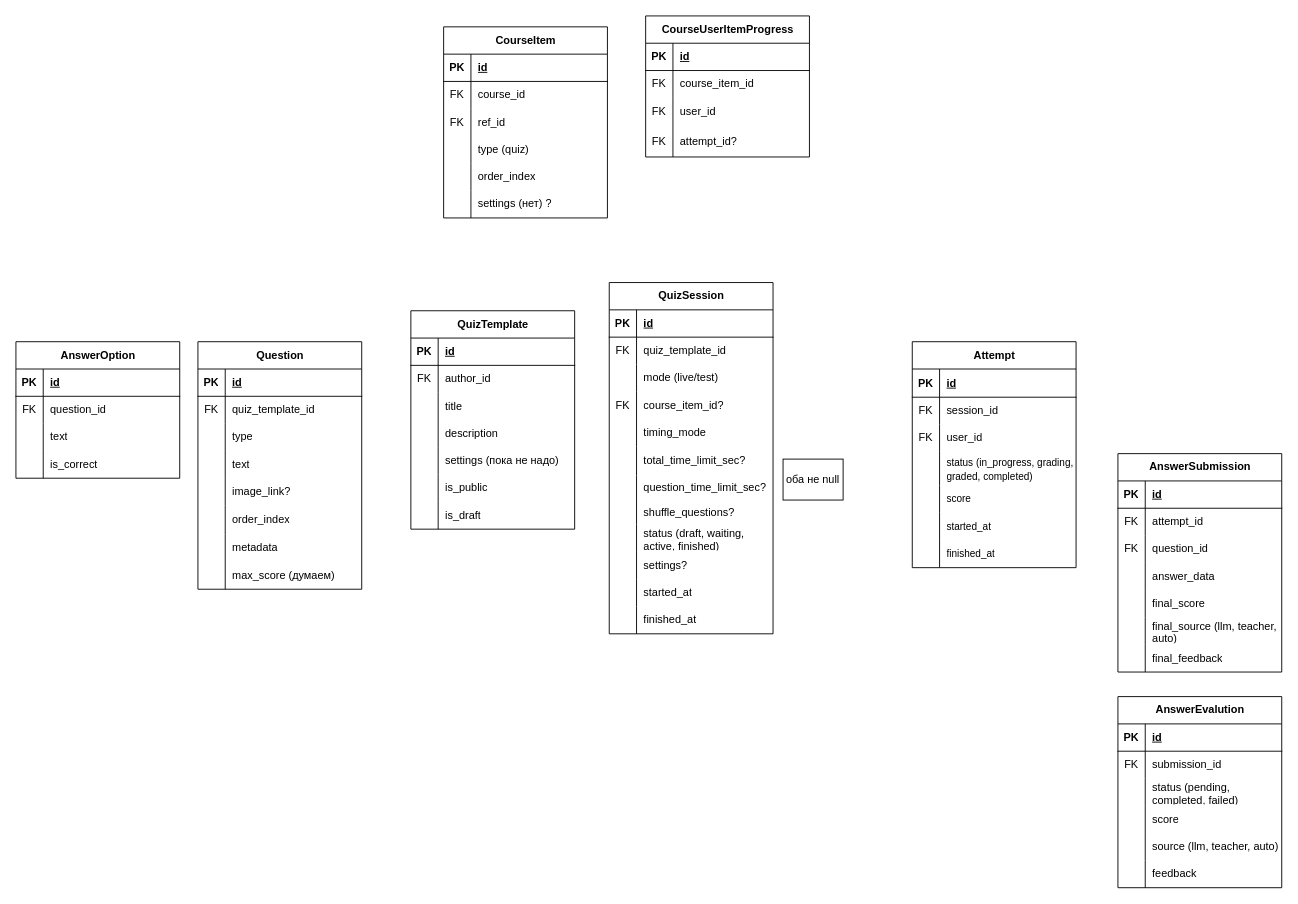
Before: riddler/Riddler.drawio in OlympGuideTeam/edium-backend, a draw.io diagram. Source tidied: cells renumbered, new cells numbered last; positions are measured from the earlier drawing's top-left corner, leaving out a move shared by most shapes. Both pictures are drawn from the tidied source at 91%, with x=0, y=0 at pixel (15, 15).
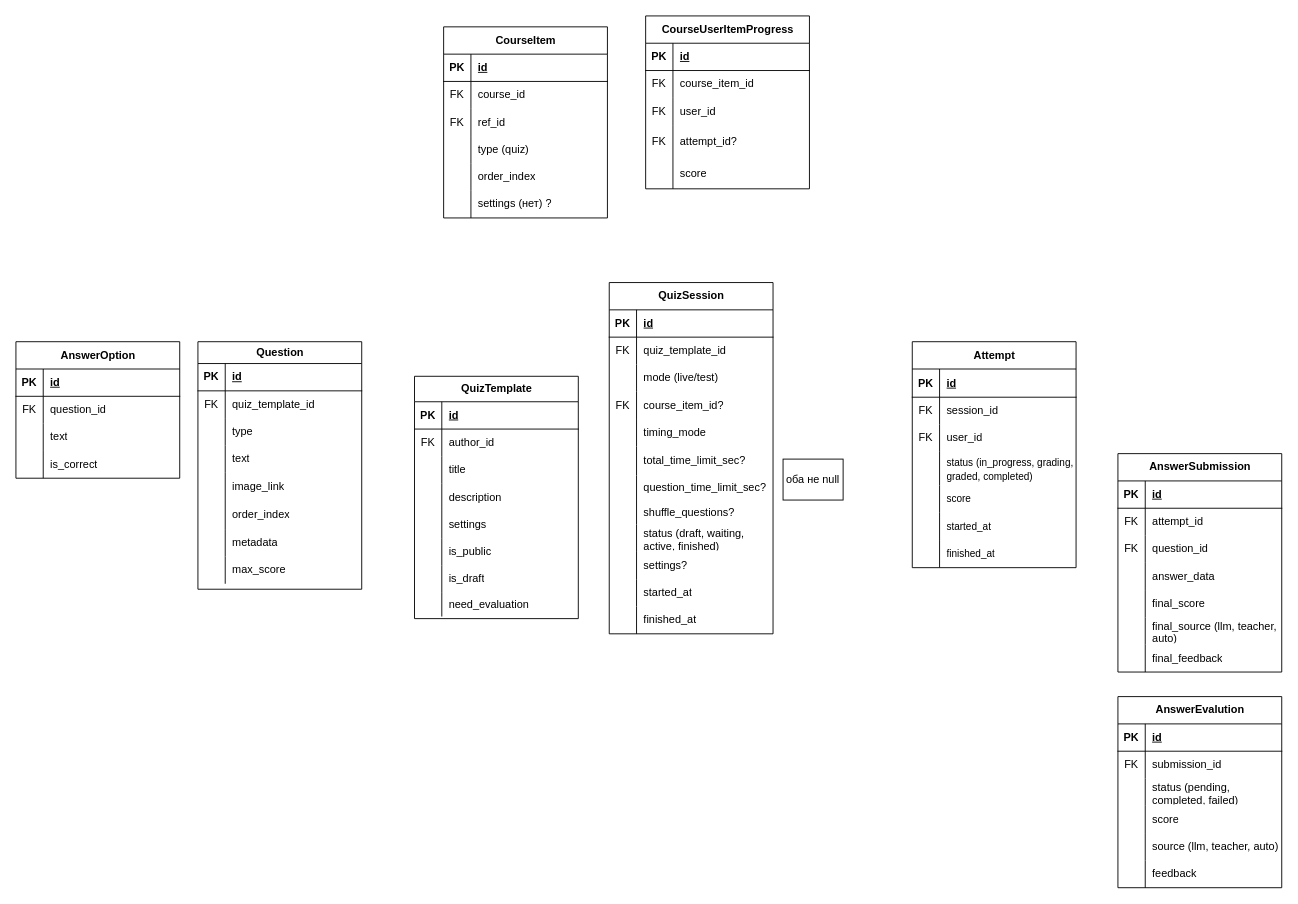
After the change.

Change to the diagram source:
```diff
@@
     <mxCell id="21" value="CourseUserItemProgress" style="shape=table;startSize=30;childLayout=tableLayout;rowLines=0;fontStyle=1;align=center;html=1;" parent="1" vertex="1">
-      <mxGeometry x="692" width="180" height="155" as="geometry" />
+      <mxGeometry x="692" width="180" height="190" as="geometry" />
     </mxCell>
@@
+    <mxCell id="195" style="shape=tableRow;horizontal=0;startSize=0;swimlaneHead=0;swimlaneBody=0;fillColor=none;top=0;left=0;right=0;bottom=0;" parent="21" vertex="1">
+      <mxGeometry y="155" width="180" height="35" as="geometry" />
+    </mxCell>
+    <mxCell id="196" style="shape=partialRectangle;fillColor=none;top=0;left=0;bottom=0;right=0;overflow=hidden;whiteSpace=wrap;html=1;" parent="195" vertex="1">
+      <mxGeometry width="30" height="35" as="geometry" />
+    </mxCell>
+    <mxCell id="197" value="score" style="shape=partialRectangle;fillColor=none;top=0;left=0;bottom=0;right=0;align=left;spacingLeft=6;overflow=hidden;whiteSpace=wrap;html=1;" parent="195" vertex="1">
+      <mxGeometry x="30" width="150" height="35" as="geometry" />
+    </mxCell>
@@
-    <mxCell id="47" value="Question" style="shape=table;startSize=30;childLayout=tableLayout;rowLines=0;fontStyle=1;align=center;html=1;" parent="1" vertex="1">
+    <mxCell id="47" value="Question" style="shape=table;startSize=24;childLayout=tableLayout;rowLines=0;fontStyle=1;align=center;html=1;" parent="1" vertex="1">
       <mxGeometry x="200" y="358" width="180" height="272" as="geometry" />
     </mxCell>
     <mxCell id="48" style="shape=tableRow;horizontal=0;startSize=0;swimlaneHead=0;swimlaneBody=0;fillColor=none;top=0;left=0;right=0;bottom=1;" parent="47" vertex="1">
-      <mxGeometry y="30" width="180" height="30" as="geometry" />
+      <mxGeometry y="24" width="180" height="30" as="geometry" />
     </mxCell>
@@
     <mxCell id="51" style="shape=tableRow;horizontal=0;startSize=0;swimlaneHead=0;swimlaneBody=0;fillColor=none;top=0;left=0;right=0;bottom=0;" parent="47" vertex="1">
-      <mxGeometry y="60" width="180" height="30" as="geometry" />
+      <mxGeometry y="54" width="180" height="30" as="geometry" />
     </mxCell>
@@
     <mxCell id="54" style="shape=tableRow;horizontal=0;startSize=0;swimlaneHead=0;swimlaneBody=0;fillColor=none;top=0;left=0;right=0;bottom=0;" parent="47" vertex="1">
-      <mxGeometry y="90" width="180" height="30" as="geometry" />
+      <mxGeometry y="84" width="180" height="30" as="geometry" />
     </mxCell>
@@
     <mxCell id="57" style="shape=tableRow;horizontal=0;startSize=0;swimlaneHead=0;swimlaneBody=0;fillColor=none;top=0;left=0;right=0;bottom=0;" parent="47" vertex="1">
-      <mxGeometry y="120" width="180" height="30" as="geometry" />
+      <mxGeometry y="114" width="180" height="30" as="geometry" />
     </mxCell>
@@
     <mxCell id="60" style="shape=tableRow;horizontal=0;startSize=0;swimlaneHead=0;swimlaneBody=0;fillColor=none;top=0;left=0;right=0;bottom=0;" parent="47" vertex="1">
-      <mxGeometry y="150" width="180" height="30" as="geometry" />
+      <mxGeometry y="144" width="180" height="30" as="geometry" />
     </mxCell>
@@
-    <mxCell id="62" value="image_link?" style="shape=partialRectangle;fillColor=none;top=0;left=0;bottom=0;right=0;align=left;spacingLeft=6;overflow=hidden;whiteSpace=wrap;html=1;" parent="60" vertex="1">
+    <mxCell id="62" value="image_link" style="shape=partialRectangle;fillColor=none;top=0;left=0;bottom=0;right=0;align=left;spacingLeft=6;overflow=hidden;whiteSpace=wrap;html=1;" parent="60" vertex="1">
       <mxGeometry x="30" width="150" height="30" as="geometry" />
     </mxCell>
     <mxCell id="63" style="shape=tableRow;horizontal=0;startSize=0;swimlaneHead=0;swimlaneBody=0;fillColor=none;top=0;left=0;right=0;bottom=0;" parent="47" vertex="1">
-      <mxGeometry y="180" width="180" height="32" as="geometry" />
+      <mxGeometry y="174" width="180" height="32" as="geometry" />
     </mxCell>
@@
     <mxCell id="66" style="shape=tableRow;horizontal=0;startSize=0;swimlaneHead=0;swimlaneBody=0;fillColor=none;top=0;left=0;right=0;bottom=0;" parent="47" vertex="1">
-      <mxGeometry y="212" width="180" height="30" as="geometry" />
+      <mxGeometry y="206" width="180" height="30" as="geometry" />
     </mxCell>
@@
     <mxCell id="69" style="shape=tableRow;horizontal=0;startSize=0;swimlaneHead=0;swimlaneBody=0;fillColor=none;top=0;left=0;right=0;bottom=0;" parent="47" vertex="1">
-      <mxGeometry y="242" width="180" height="30" as="geometry" />
+      <mxGeometry y="236" width="180" height="30" as="geometry" />
     </mxCell>
@@
-    <mxCell id="71" value="max_score (думаем)" style="shape=partialRectangle;fillColor=none;top=0;left=0;bottom=0;right=0;align=left;spacingLeft=6;overflow=hidden;whiteSpace=wrap;html=1;" parent="69" vertex="1">
+    <mxCell id="71" value="max_score" style="shape=partialRectangle;fillColor=none;top=0;left=0;bottom=0;right=0;align=left;spacingLeft=6;overflow=hidden;whiteSpace=wrap;html=1;" parent="69" vertex="1">
       <mxGeometry x="30" width="150" height="30" as="geometry" />
     </mxCell>
@@
-    <mxCell id="173" value="QuizTemplate" style="shape=table;startSize=30;childLayout=tableLayout;rowLines=0;fontStyle=1;align=center;html=1;" parent="1" vertex="1">
-      <mxGeometry x="434" y="324" width="180" height="240" as="geometry" />
+    <mxCell id="173" value="QuizTemplate" style="shape=table;startSize=28;childLayout=tableLayout;rowLines=0;fontStyle=1;align=center;html=1;" parent="1" vertex="1">
+      <mxGeometry x="438" y="396" width="180" height="266.3" as="geometry" />
     </mxCell>
-    <mxCell id="174" style="shape=tableRow;horizontal=0;startSize=0;swimlaneHead=0;swimlaneBody=0;fillColor=none;top=0;left=0;right=0;bottom=1;" parent="173" vertex="1">
-      <mxGeometry y="30" width="180" height="30" as="geometry" />
-    </mxCell>
+    <mxCell id="198" style="shape=tableRow;horizontal=0;startSize=0;swimlaneHead=0;swimlaneBody=0;fillColor=none;top=0;left=0;right=0;bottom=1;" parent="173" vertex="1">
+      <mxGeometry y="28" width="180" height="30" as="geometry" />
+    </mxCell>
-    <mxCell id="175" value="PK" style="shape=partialRectangle;fillColor=none;top=0;left=0;bottom=0;right=0;fontStyle=1;overflow=hidden;whiteSpace=wrap;html=1;" parent="174" vertex="1">
+    <mxCell id="175" value="PK" style="shape=partialRectangle;fillColor=none;top=0;left=0;bottom=0;right=0;fontStyle=1;overflow=hidden;whiteSpace=wrap;html=1;" parent="198" vertex="1">
       <mxGeometry width="30" height="30" as="geometry" />
     </mxCell>
-    <mxCell id="176" value="id" style="shape=partialRectangle;fillColor=none;top=0;left=0;bottom=0;right=0;align=left;spacingLeft=6;fontStyle=5;overflow=hidden;whiteSpace=wrap;html=1;" parent="174" vertex="1">
+    <mxCell id="176" value="id" style="shape=partialRectangle;fillColor=none;top=0;left=0;bottom=0;right=0;align=left;spacingLeft=6;fontStyle=5;overflow=hidden;whiteSpace=wrap;html=1;" parent="198" vertex="1">
       <mxGeometry x="30" width="150" height="30" as="geometry" />
     </mxCell>
-    <mxCell id="177" style="shape=tableRow;horizontal=0;startSize=0;swimlaneHead=0;swimlaneBody=0;fillColor=none;top=0;left=0;right=0;bottom=0;" parent="173" vertex="1">
-      <mxGeometry y="60" width="180" height="30" as="geometry" />
-    </mxCell>
+    <mxCell id="199" style="shape=tableRow;horizontal=0;startSize=0;swimlaneHead=0;swimlaneBody=0;fillColor=none;top=0;left=0;right=0;bottom=0;" parent="173" vertex="1">
+      <mxGeometry y="58" width="180" height="30" as="geometry" />
+    </mxCell>
-    <mxCell id="178" value="FK" style="shape=partialRectangle;fillColor=none;top=0;left=0;bottom=0;right=0;overflow=hidden;whiteSpace=wrap;html=1;" parent="177" vertex="1">
+    <mxCell id="178" value="FK" style="shape=partialRectangle;fillColor=none;top=0;left=0;bottom=0;right=0;overflow=hidden;whiteSpace=wrap;html=1;" parent="199" vertex="1">
       <mxGeometry width="30" height="30" as="geometry" />
     </mxCell>
-    <mxCell id="179" value="author_id" style="shape=partialRectangle;fillColor=none;top=0;left=0;bottom=0;right=0;align=left;spacingLeft=6;overflow=hidden;whiteSpace=wrap;html=1;" parent="177" vertex="1">
+    <mxCell id="179" value="author_id" style="shape=partialRectangle;fillColor=none;top=0;left=0;bottom=0;right=0;align=left;spacingLeft=6;overflow=hidden;whiteSpace=wrap;html=1;" parent="199" vertex="1">
       <mxGeometry x="30" width="150" height="30" as="geometry" />
     </mxCell>
-    <mxCell id="180" style="shape=tableRow;horizontal=0;startSize=0;swimlaneHead=0;swimlaneBody=0;fillColor=none;top=0;left=0;right=0;bottom=0;" parent="173" vertex="1">
-      <mxGeometry y="90" width="180" height="30" as="geometry" />
-    </mxCell>
-    <mxCell id="181" style="shape=partialRectangle;fillColor=none;top=0;left=0;bottom=0;right=0;overflow=hidden;whiteSpace=wrap;html=1;" parent="180" vertex="1">
-      <mxGeometry width="30" height="30" as="geometry" />
-    </mxCell>
+    <mxCell id="200" style="shape=tableRow;horizontal=0;startSize=0;swimlaneHead=0;swimlaneBody=0;fillColor=none;top=0;left=0;right=0;bottom=0;" parent="173" vertex="1">
+      <mxGeometry y="88" width="180" height="30" as="geometry" />
+    </mxCell>
+    <mxCell id="201" style="shape=partialRectangle;fillColor=none;top=0;left=0;bottom=0;right=0;overflow=hidden;whiteSpace=wrap;html=1;" parent="200" vertex="1">
+      <mxGeometry width="30" height="30" as="geometry" />
+    </mxCell>
-    <mxCell id="182" value="title" style="shape=partialRectangle;fillColor=none;top=0;left=0;bottom=0;right=0;align=left;spacingLeft=6;overflow=hidden;whiteSpace=wrap;html=1;" parent="180" vertex="1">
+    <mxCell id="182" value="title" style="shape=partialRectangle;fillColor=none;top=0;left=0;bottom=0;right=0;align=left;spacingLeft=6;overflow=hidden;whiteSpace=wrap;html=1;" parent="200" vertex="1">
       <mxGeometry x="30" width="150" height="30" as="geometry" />
     </mxCell>
-    <mxCell id="183" style="shape=tableRow;horizontal=0;startSize=0;swimlaneHead=0;swimlaneBody=0;fillColor=none;top=0;left=0;right=0;bottom=0;" parent="173" vertex="1">
-      <mxGeometry y="120" width="180" height="30" as="geometry" />
-    </mxCell>
-    <mxCell id="184" style="shape=partialRectangle;fillColor=none;top=0;left=0;bottom=0;right=0;overflow=hidden;whiteSpace=wrap;html=1;" parent="183" vertex="1">
-      <mxGeometry width="30" height="30" as="geometry" />
-    </mxCell>
+    <mxCell id="202" style="shape=tableRow;horizontal=0;startSize=0;swimlaneHead=0;swimlaneBody=0;fillColor=none;top=0;left=0;right=0;bottom=0;" parent="173" vertex="1">
+      <mxGeometry y="118" width="180" height="30" as="geometry" />
+    </mxCell>
+    <mxCell id="203" style="shape=partialRectangle;fillColor=none;top=0;left=0;bottom=0;right=0;overflow=hidden;whiteSpace=wrap;html=1;" parent="202" vertex="1">
+      <mxGeometry width="30" height="30" as="geometry" />
+    </mxCell>
-    <mxCell id="185" value="description" style="shape=partialRectangle;fillColor=none;top=0;left=0;bottom=0;right=0;align=left;spacingLeft=6;overflow=hidden;whiteSpace=wrap;html=1;" parent="183" vertex="1">
+    <mxCell id="185" value="description" style="shape=partialRectangle;fillColor=none;top=0;left=0;bottom=0;right=0;align=left;spacingLeft=6;overflow=hidden;whiteSpace=wrap;html=1;" parent="202" vertex="1">
       <mxGeometry x="30" width="150" height="30" as="geometry" />
     </mxCell>
-    <mxCell id="186" style="shape=tableRow;horizontal=0;startSize=0;swimlaneHead=0;swimlaneBody=0;fillColor=none;top=0;left=0;right=0;bottom=0;" parent="173" vertex="1">
-      <mxGeometry y="150" width="180" height="30" as="geometry" />
-    </mxCell>
-    <mxCell id="187" style="shape=partialRectangle;fillColor=none;top=0;left=0;bottom=0;right=0;overflow=hidden;whiteSpace=wrap;html=1;" parent="186" vertex="1">
-      <mxGeometry width="30" height="30" as="geometry" />
-    </mxCell>
-    <mxCell id="188" value="settings (пока не надо)" style="shape=partialRectangle;fillColor=none;top=0;left=0;bottom=0;right=0;align=left;spacingLeft=6;overflow=hidden;whiteSpace=wrap;html=1;" parent="186" vertex="1">
-      <mxGeometry x="30" width="150" height="30" as="geometry" />
-    </mxCell>
-    <mxCell id="189" style="shape=tableRow;horizontal=0;startSize=0;swimlaneHead=0;swimlaneBody=0;fillColor=none;top=0;left=0;right=0;bottom=0;" parent="173" vertex="1">
-      <mxGeometry y="180" width="180" height="30" as="geometry" />
-    </mxCell>
-    <mxCell id="190" style="shape=partialRectangle;fillColor=none;top=0;left=0;bottom=0;right=0;overflow=hidden;whiteSpace=wrap;html=1;" parent="189" vertex="1">
-      <mxGeometry width="30" height="30" as="geometry" />
-    </mxCell>
+    <mxCell id="204" style="shape=tableRow;horizontal=0;startSize=0;swimlaneHead=0;swimlaneBody=0;fillColor=none;top=0;left=0;right=0;bottom=0;" parent="173" vertex="1">
+      <mxGeometry y="148" width="180" height="30" as="geometry" />
+    </mxCell>
+    <mxCell id="205" style="shape=partialRectangle;fillColor=none;top=0;left=0;bottom=0;right=0;overflow=hidden;whiteSpace=wrap;html=1;" parent="204" vertex="1">
+      <mxGeometry width="30" height="30" as="geometry" />
+    </mxCell>
+    <mxCell id="206" value="&lt;div&gt;&lt;span style=&quot;background-color: transparent; color: light-dark(rgb(0, 0, 0), rgb(255, 255, 255));&quot;&gt;settings&lt;/span&gt;&lt;/div&gt;" style="shape=partialRectangle;fillColor=none;top=0;left=0;bottom=0;right=0;align=left;spacingLeft=6;overflow=hidden;whiteSpace=wrap;html=1;" parent="204" vertex="1">
+      <mxGeometry x="30" width="150" height="30" as="geometry" />
+    </mxCell>
+    <mxCell id="207" style="shape=tableRow;horizontal=0;startSize=0;swimlaneHead=0;swimlaneBody=0;fillColor=none;top=0;left=0;right=0;bottom=0;" parent="173" vertex="1">
+      <mxGeometry y="178" width="180" height="30" as="geometry" />
+    </mxCell>
+    <mxCell id="208" style="shape=partialRectangle;fillColor=none;top=0;left=0;bottom=0;right=0;overflow=hidden;whiteSpace=wrap;html=1;" parent="207" vertex="1">
+      <mxGeometry width="30" height="30" as="geometry" />
+    </mxCell>
-    <mxCell id="191" value="is_public" style="shape=partialRectangle;fillColor=none;top=0;left=0;bottom=0;right=0;align=left;spacingLeft=6;overflow=hidden;whiteSpace=wrap;html=1;" parent="189" vertex="1">
+    <mxCell id="191" value="is_public" style="shape=partialRectangle;fillColor=none;top=0;left=0;bottom=0;right=0;align=left;spacingLeft=6;overflow=hidden;whiteSpace=wrap;html=1;" parent="207" vertex="1">
       <mxGeometry x="30" width="150" height="30" as="geometry" />
     </mxCell>
-    <mxCell id="192" style="shape=tableRow;horizontal=0;startSize=0;swimlaneHead=0;swimlaneBody=0;fillColor=none;top=0;left=0;right=0;bottom=0;" parent="173" vertex="1">
-      <mxGeometry y="210" width="180" height="30" as="geometry" />
-    </mxCell>
-    <mxCell id="193" style="shape=partialRectangle;fillColor=none;top=0;left=0;bottom=0;right=0;overflow=hidden;whiteSpace=wrap;html=1;" parent="192" vertex="1">
-      <mxGeometry width="30" height="30" as="geometry" />
-    </mxCell>
+    <mxCell id="209" style="shape=tableRow;horizontal=0;startSize=0;swimlaneHead=0;swimlaneBody=0;fillColor=none;top=0;left=0;right=0;bottom=0;" parent="173" vertex="1">
+      <mxGeometry y="208" width="180" height="30" as="geometry" />
+    </mxCell>
+    <mxCell id="210" style="shape=partialRectangle;fillColor=none;top=0;left=0;bottom=0;right=0;overflow=hidden;whiteSpace=wrap;html=1;" parent="209" vertex="1">
+      <mxGeometry width="30" height="30" as="geometry" />
+    </mxCell>
-    <mxCell id="194" value="is_draft" style="shape=partialRectangle;fillColor=none;top=0;left=0;bottom=0;right=0;align=left;spacingLeft=6;overflow=hidden;whiteSpace=wrap;html=1;" parent="192" vertex="1">
+    <mxCell id="194" value="is_draft" style="shape=partialRectangle;fillColor=none;top=0;left=0;bottom=0;right=0;align=left;spacingLeft=6;overflow=hidden;whiteSpace=wrap;html=1;" parent="209" vertex="1">
       <mxGeometry x="30" width="150" height="30" as="geometry" />
     </mxCell>
+    <mxCell id="211" style="shape=tableRow;horizontal=0;startSize=0;swimlaneHead=0;swimlaneBody=0;fillColor=none;top=0;left=0;right=0;bottom=0;" parent="173" vertex="1">
+      <mxGeometry y="238" width="180" height="26" as="geometry" />
+    </mxCell>
+    <mxCell id="212" style="shape=partialRectangle;fillColor=none;top=0;left=0;bottom=0;right=0;overflow=hidden;whiteSpace=wrap;html=1;" parent="211" vertex="1">
+      <mxGeometry width="30" height="26" as="geometry" />
+    </mxCell>
+    <mxCell id="213" value="need_evaluation" style="shape=partialRectangle;fillColor=none;top=0;left=0;bottom=0;right=0;align=left;spacingLeft=6;overflow=hidden;whiteSpace=wrap;html=1;" parent="211" vertex="1">
+      <mxGeometry x="30" width="150" height="26" as="geometry" />
+    </mxCell>
```
